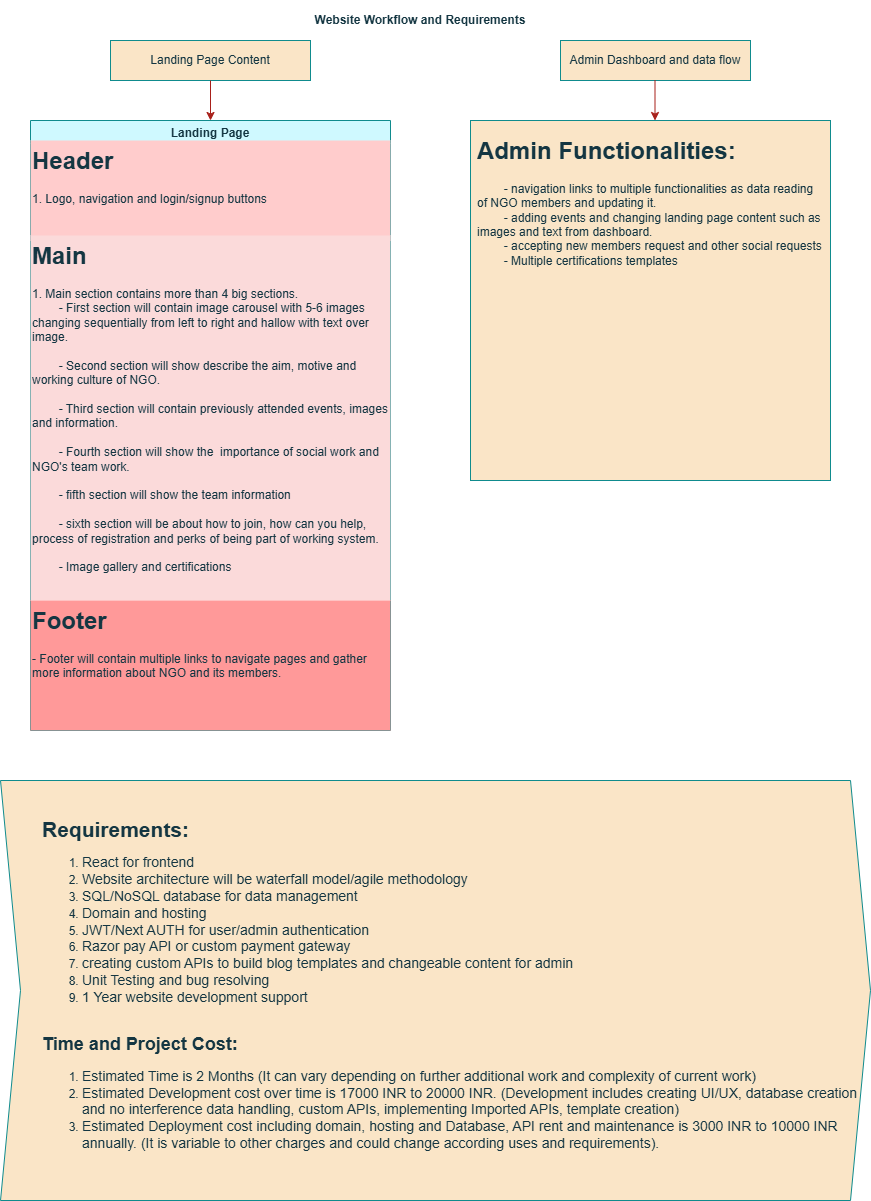
The draw.io diagram JavaScript/ngo-flowchart.drawio.png in PratikChavan97/All-Projects, before a commit. Source tidied: cells renumbered, new cells last; positions are measured from the earlier drawing's top-left corner, leaving out a move shared by most shapes.
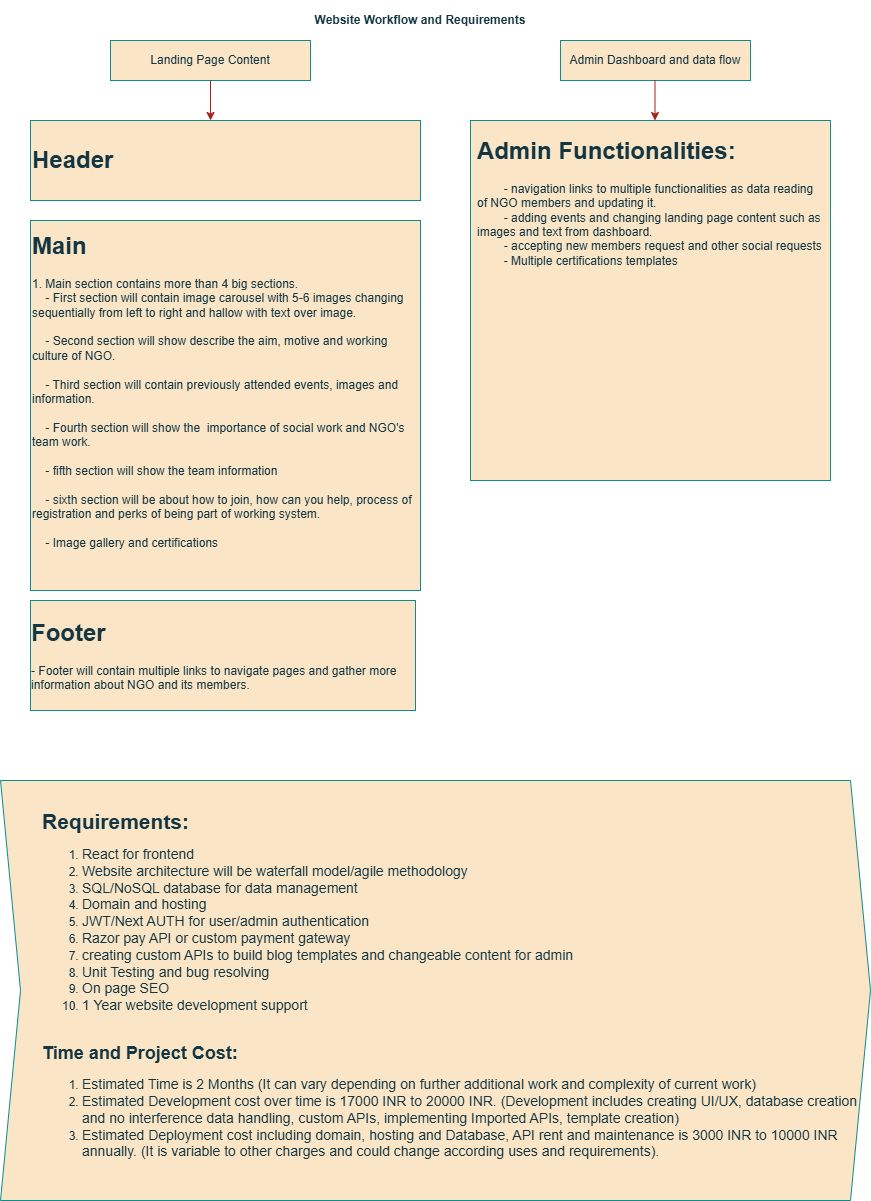
Above is the later version.

What changed in the source:
```diff
@@ -11,30 +11,10 @@
     <mxCell id="4" value="Admin Dashboard and data flow" style="rounded=0;whiteSpace=wrap;html=1;labelBackgroundColor=none;fillColor=#FAE5C7;strokeColor=#0F8B8D;fontColor=#143642;" parent="1" vertex="1">
       <mxGeometry x="560" y="40" width="190" height="40" as="geometry" />
     </mxCell>
-    <mxCell id="5" value="Landing Page" style="swimlane;labelBackgroundColor=none;fillColor=#CFF9FF;strokeColor=#0F8B8D;fontColor=#143642;gradientColor=none;swimlaneFillColor=none;fillStyle=solid;" parent="1" vertex="1">
-      <mxGeometry x="30" y="120" width="360" height="610" as="geometry" />
-    </mxCell>
-    <mxCell id="6" style="shape=waypoint;sketch=0;size=6;fillColor=none;perimeter=centerPerimeter;labelBackgroundColor=none;strokeColor=#0F8B8D;fontColor=#143642;" parent="5" vertex="1">
-      <mxGeometry x="10" y="50" width="20" height="20" as="geometry" />
-    </mxCell>
-    <mxCell id="7" value="&lt;h1 style=&quot;margin-top: 0px;&quot;&gt;Header&lt;/h1&gt;&lt;div&gt;1. Logo, navigation and login/signup buttons&lt;/div&gt;" style="text;html=1;whiteSpace=wrap;overflow=hidden;rounded=0;labelBackgroundColor=none;fontColor=#143642;fillColor=light-dark(#FFCCCC,#EDEDED);" parent="5" vertex="1">
-      <mxGeometry y="20" width="360" height="100" as="geometry" />
-    </mxCell>
-    <mxCell id="8" style="shape=waypoint;sketch=0;size=6;fillColor=none;perimeter=centerPerimeter;labelBackgroundColor=none;strokeColor=#0F8B8D;fontColor=#143642;" parent="5" vertex="1">
-      <mxGeometry x="10" y="130" width="20" height="20" as="geometry" />
-    </mxCell>
-    <mxCell id="9" value="&lt;h1 style=&quot;margin-top: 0px;&quot;&gt;Main&lt;/h1&gt;&lt;div&gt;1. Main section contains more than 4 big sections.&lt;/div&gt;&lt;div&gt;&lt;span style=&quot;white-space: pre;&quot;&gt;&#9;&lt;/span&gt;- First section will contain image carousel with 5-6 images changing sequentially from left to right and hallow with text over image.&lt;br&gt;&lt;/div&gt;&lt;div&gt;&lt;br&gt;&lt;/div&gt;&lt;div&gt;&lt;span style=&quot;white-space: pre;&quot;&gt;&#9;&lt;/span&gt;- Second section will show describe the aim, motive and working culture of NGO.&lt;br&gt;&lt;/div&gt;&lt;div&gt;&lt;br&gt;&lt;/div&gt;&lt;div&gt;&lt;span style=&quot;white-space: pre;&quot;&gt;&#9;&lt;/span&gt;- Third section will contain previously attended events, images and information.&lt;br&gt;&lt;/div&gt;&lt;div&gt;&lt;br&gt;&lt;/div&gt;&lt;div&gt;&lt;span style=&quot;white-space: pre;&quot;&gt;&#9;&lt;/span&gt;- Fourth section will show the&amp;nbsp; importance of social work and NGO's team work.&lt;br&gt;&lt;/div&gt;&lt;div&gt;&lt;br&gt;&lt;/div&gt;&lt;div&gt;&lt;span style=&quot;white-space: pre;&quot;&gt;&#9;&lt;/span&gt;- fifth section will show the team information&lt;br&gt;&lt;/div&gt;&lt;div&gt;&lt;br&gt;&lt;/div&gt;&lt;div&gt;&lt;span style=&quot;white-space: pre;&quot;&gt;&#9;&lt;/span&gt;- sixth section will be about how to join, how can you help, process of registration and perks of being part of working system.&lt;br&gt;&lt;/div&gt;&lt;div&gt;&lt;br&gt;&lt;/div&gt;&lt;div&gt;&lt;span style=&quot;white-space: pre;&quot;&gt;&#9;&lt;/span&gt;- Image gallery and certifications&lt;br&gt;&lt;/div&gt;&lt;div&gt;&lt;br&gt;&lt;/div&gt;" style="text;html=1;whiteSpace=wrap;overflow=hidden;rounded=0;labelBackgroundColor=none;fontColor=#143642;fillColor=light-dark(#fbdada, #ededed);" parent="5" vertex="1">
-      <mxGeometry y="115" width="360" height="365" as="geometry" />
-    </mxCell>
-    <mxCell id="10" style="shape=waypoint;sketch=0;size=6;fillColor=none;perimeter=centerPerimeter;labelBackgroundColor=none;strokeColor=#0F8B8D;fontColor=#143642;" parent="5" vertex="1">
-      <mxGeometry x="10" y="530" width="20" height="20" as="geometry" />
-    </mxCell>
-    <mxCell id="11" value="&lt;h1 style=&quot;margin-top: 0px;&quot;&gt;Footer&lt;/h1&gt;&lt;div&gt;- Footer will contain multiple links to navigate pages and gather more information about NGO and its members.&lt;/div&gt;" style="text;html=1;whiteSpace=wrap;overflow=hidden;rounded=0;labelBackgroundColor=none;fontColor=#143642;fillColor=#FF9999;" parent="5" vertex="1">
-      <mxGeometry y="480" width="360" height="130" as="geometry" />
-    </mxCell>
-    <mxCell id="12" style="endArrow=classic;html=1;rounded=0;entryX=0.5;entryY=0;entryDx=0;entryDy=0;labelBackgroundColor=none;strokeColor=#A8201A;fontColor=default;" parent="1" edge="1" target="5">
+    <mxCell id="12" style="endArrow=classic;html=1;rounded=0;entryX=0.5;entryY=0;entryDx=0;entryDy=0;labelBackgroundColor=none;strokeColor=#A8201A;fontColor=default;" parent="1" edge="1">
       <mxGeometry relative="1" as="geometry">
         <mxPoint x="210" y="80" as="sourcePoint" />
+        <mxPoint x="210" y="120" as="targetPoint" />
       </mxGeometry>
     </mxCell>
     <mxCell id="13" style="endArrow=classic;html=1;rounded=0;entryX=0.5;entryY=0;entryDx=0;entryDy=0;labelBackgroundColor=none;strokeColor=#A8201A;fontColor=default;" parent="1" edge="1">
@@ -47,10 +27,19 @@
       <mxGeometry x="470" y="120" width="360" height="360" as="geometry" />
     </mxCell>
     <mxCell id="15" value="&lt;h1 style=&quot;margin-top: 0px;&quot;&gt;Admin Functionalities:&lt;/h1&gt;&lt;div&gt;&lt;span style=&quot;white-space: pre;&quot;&gt;&#9;&lt;/span&gt;- navigation links to multiple functionalities as data reading of NGO members and updating it.&lt;br&gt;&lt;/div&gt;&lt;div&gt;&lt;span style=&quot;white-space: pre;&quot;&gt;&#9;&lt;/span&gt;- adding events and changing landing page content such as images and text from dashboard.&lt;br&gt;&lt;/div&gt;&lt;div&gt;&lt;span style=&quot;white-space: pre;&quot;&gt;&#9;&lt;/span&gt;- accepting new members request and other social requests&lt;br&gt;&lt;/div&gt;&lt;div&gt;&lt;span style=&quot;white-space: pre;&quot;&gt;&#9;&lt;/span&gt;- Multiple certifications templates&amp;nbsp;&lt;br&gt;&lt;/div&gt;" style="text;html=1;whiteSpace=wrap;overflow=hidden;rounded=0;labelBackgroundColor=none;fontColor=#143642;" parent="1" vertex="1">
-      <mxGeometry x="475" y="130" width="350" height="200" as="geometry" />
+      <mxGeometry x="475" y="130" width="350" height="150" as="geometry" />
     </mxCell>
-    <mxCell id="16" value="&lt;blockquote style=&quot;margin: 0 0 0 40px; border: none; padding: 0px;&quot;&gt;&lt;b&gt;&lt;font style=&quot;font-size: 21px;&quot;&gt;Requirements:&lt;/font&gt;&lt;/b&gt;&lt;/blockquote&gt;&lt;blockquote style=&quot;margin: 0 0 0 40px; border: none; padding: 0px;&quot;&gt;&lt;ol&gt;&lt;li&gt;&lt;font style=&quot;font-size: 14px;&quot;&gt;React for frontend&lt;/font&gt;&lt;/li&gt;&lt;li&gt;&lt;font style=&quot;font-size: 14px;&quot;&gt;Website architecture will be waterfall model/agile methodology&lt;/font&gt;&lt;/li&gt;&lt;li&gt;&lt;font style=&quot;font-size: 14px;&quot;&gt;SQL/NoSQL database for data management&lt;/font&gt;&lt;/li&gt;&lt;li&gt;&lt;span style=&quot;font-size: 14px;&quot;&gt;Domain and hosting&lt;/span&gt;&lt;/li&gt;&lt;li&gt;&lt;span style=&quot;font-size: 14px;&quot;&gt;JWT/Next AUTH for user/admin authentication&lt;/span&gt;&lt;/li&gt;&lt;li&gt;&lt;span style=&quot;font-size: 14px;&quot;&gt;Razor pay API or custom payment gateway&lt;/span&gt;&lt;/li&gt;&lt;li&gt;&lt;span style=&quot;font-size: 14px;&quot;&gt;creating custom APIs to build blog templates and changeable content for admin&lt;/span&gt;&lt;/li&gt;&lt;li&gt;&lt;span style=&quot;font-size: 14px;&quot;&gt;Unit Testing and bug resolving&lt;/span&gt;&lt;/li&gt;&lt;li&gt;&lt;span style=&quot;font-size: 14px;&quot;&gt;1 Year website development support&amp;nbsp;&lt;/span&gt;&lt;/li&gt;&lt;/ol&gt;&lt;div&gt;&lt;span style=&quot;font-size: 14px;&quot;&gt;&lt;br&gt;&lt;/span&gt;&lt;/div&gt;&lt;div&gt;&lt;b style=&quot;&quot;&gt;&lt;font style=&quot;font-size: 18px;&quot;&gt;Time and Project Cost:&lt;/font&gt;&lt;/b&gt;&lt;/div&gt;&lt;div&gt;&lt;ol&gt;&lt;li&gt;&lt;font style=&quot;font-size: 14px;&quot;&gt;Estimated Time is 2 Months (It can vary depending on further additional work and complexity of current work)&lt;/font&gt;&lt;/li&gt;&lt;li&gt;&lt;font style=&quot;font-size: 14px;&quot;&gt;Estimated Development cost over time is 17000 INR to 20000 INR. (Development includes creating UI/UX, database creation and no interference data handling, custom APIs, implementing Imported APIs, template creation)&lt;/font&gt;&lt;/li&gt;&lt;li&gt;&lt;font style=&quot;font-size: 14px;&quot;&gt;Estimated Deployment cost including domain, hosting and Database, API rent and maintenance is 3000 INR to 10000 INR annually. (It is variable to other charges and could change according uses and requirements).&lt;/font&gt;&lt;/li&gt;&lt;/ol&gt;&lt;/div&gt;&lt;/blockquote&gt;" style="shape=step;perimeter=stepPerimeter;whiteSpace=wrap;html=1;fixedSize=1;align=left;labelBackgroundColor=none;fillColor=#FAE5C7;strokeColor=#0F8B8D;fontColor=#143642;" parent="1" vertex="1">
+    <mxCell id="16" value="&lt;blockquote style=&quot;margin: 0 0 0 40px; border: none; padding: 0px;&quot;&gt;&lt;b&gt;&lt;font style=&quot;font-size: 21px;&quot;&gt;Requirements:&lt;/font&gt;&lt;/b&gt;&lt;/blockquote&gt;&lt;blockquote style=&quot;margin: 0 0 0 40px; border: none; padding: 0px;&quot;&gt;&lt;ol&gt;&lt;li&gt;&lt;font style=&quot;font-size: 14px;&quot;&gt;React for frontend&lt;/font&gt;&lt;/li&gt;&lt;li&gt;&lt;font style=&quot;font-size: 14px;&quot;&gt;Website architecture will be waterfall model/agile methodology&lt;/font&gt;&lt;/li&gt;&lt;li&gt;&lt;font style=&quot;font-size: 14px;&quot;&gt;SQL/NoSQL database for data management&lt;/font&gt;&lt;/li&gt;&lt;li&gt;&lt;span style=&quot;font-size: 14px;&quot;&gt;Domain and hosting&lt;/span&gt;&lt;/li&gt;&lt;li&gt;&lt;span style=&quot;font-size: 14px;&quot;&gt;JWT/Next AUTH for user/admin authentication&lt;/span&gt;&lt;/li&gt;&lt;li&gt;&lt;span style=&quot;font-size: 14px;&quot;&gt;Razor pay API or custom payment gateway&lt;/span&gt;&lt;/li&gt;&lt;li&gt;&lt;span style=&quot;font-size: 14px;&quot;&gt;creating custom APIs to build blog templates and changeable content for admin&lt;/span&gt;&lt;/li&gt;&lt;li&gt;&lt;span style=&quot;font-size: 14px;&quot;&gt;Unit Testing and bug resolving&lt;/span&gt;&lt;/li&gt;&lt;li&gt;&lt;span style=&quot;font-size: 14px;&quot;&gt;On page SEO&amp;nbsp;&lt;/span&gt;&lt;/li&gt;&lt;li&gt;&lt;span style=&quot;font-size: 14px;&quot;&gt;1 Year website development support&amp;nbsp;&lt;/span&gt;&lt;/li&gt;&lt;/ol&gt;&lt;div&gt;&lt;span style=&quot;font-size: 14px;&quot;&gt;&lt;br&gt;&lt;/span&gt;&lt;/div&gt;&lt;div&gt;&lt;b style=&quot;&quot;&gt;&lt;font style=&quot;font-size: 18px;&quot;&gt;Time and Project Cost:&lt;/font&gt;&lt;/b&gt;&lt;/div&gt;&lt;div&gt;&lt;ol&gt;&lt;li&gt;&lt;font style=&quot;font-size: 14px;&quot;&gt;Estimated Time is 2 Months (It can vary depending on further additional work and complexity of current work)&lt;/font&gt;&lt;/li&gt;&lt;li&gt;&lt;font style=&quot;font-size: 14px;&quot;&gt;Estimated Development cost over time is 17000 INR to 20000 INR. (Development includes creating UI/UX, database creation and no interference data handling, custom APIs, implementing Imported APIs, template creation)&lt;/font&gt;&lt;/li&gt;&lt;li&gt;&lt;font style=&quot;font-size: 14px;&quot;&gt;Estimated Deployment cost including domain, hosting and Database, API rent and maintenance is 3000 INR to 10000 INR annually. (It is variable to other charges and could change according uses and requirements).&lt;/font&gt;&lt;/li&gt;&lt;/ol&gt;&lt;/div&gt;&lt;/blockquote&gt;" style="shape=step;perimeter=stepPerimeter;whiteSpace=wrap;html=1;fixedSize=1;align=left;labelBackgroundColor=none;fillColor=#FAE5C7;strokeColor=#0F8B8D;fontColor=#143642;" parent="1" vertex="1">
       <mxGeometry y="780" width="870" height="420" as="geometry" />
     </mxCell>
+    <mxCell id="11" value="&lt;h1 style=&quot;text-align: left; margin-top: 0px;&quot;&gt;Footer&lt;/h1&gt;&lt;div style=&quot;text-align: left;&quot;&gt;- Footer will contain multiple links to navigate pages and gather more information about NGO and its members.&lt;/div&gt;" style="rounded=0;whiteSpace=wrap;html=1;strokeColor=#0F8B8D;fontColor=#143642;fillColor=#FAE5C7;" parent="1" vertex="1">
+      <mxGeometry x="30" y="600" width="385" height="110" as="geometry" />
+    </mxCell>
+    <mxCell id="9" value="&lt;br&gt;&lt;h1 style=&quot;forced-color-adjust: none; margin-top: 0px;&quot;&gt;Main&lt;/h1&gt;&lt;div style=&quot;forced-color-adjust: none;&quot;&gt;1. Main section contains more than 4 big sections.&lt;/div&gt;&lt;div style=&quot;forced-color-adjust: none;&quot;&gt;&lt;span style=&quot;forced-color-adjust: none; white-space: pre;&quot;&gt;&lt;span style=&quot;white-space: pre;&quot;&gt;&amp;nbsp;&amp;nbsp;&amp;nbsp;&amp;nbsp;&lt;/span&gt;&lt;/span&gt;- First section will contain image carousel with 5-6 images changing sequentially from left to right and hallow with text over image.&lt;br style=&quot;forced-color-adjust: none;&quot;&gt;&lt;/div&gt;&lt;div style=&quot;forced-color-adjust: none;&quot;&gt;&lt;br style=&quot;forced-color-adjust: none;&quot;&gt;&lt;/div&gt;&lt;div style=&quot;forced-color-adjust: none;&quot;&gt;&lt;span style=&quot;forced-color-adjust: none; white-space: pre;&quot;&gt;&lt;span style=&quot;white-space: pre;&quot;&gt;&amp;nbsp;&amp;nbsp;&amp;nbsp;&amp;nbsp;&lt;/span&gt;&lt;/span&gt;- Second section will show describe the aim, motive and working culture of NGO.&lt;br style=&quot;forced-color-adjust: none;&quot;&gt;&lt;/div&gt;&lt;div style=&quot;forced-color-adjust: none;&quot;&gt;&lt;br style=&quot;forced-color-adjust: none;&quot;&gt;&lt;/div&gt;&lt;div style=&quot;forced-color-adjust: none;&quot;&gt;&lt;span style=&quot;forced-color-adjust: none; white-space: pre;&quot;&gt;&lt;span style=&quot;white-space: pre;&quot;&gt;&amp;nbsp;&amp;nbsp;&amp;nbsp;&amp;nbsp;&lt;/span&gt;&lt;/span&gt;- Third section will contain previously attended events, images and information.&lt;br style=&quot;forced-color-adjust: none;&quot;&gt;&lt;/div&gt;&lt;div style=&quot;forced-color-adjust: none;&quot;&gt;&lt;br style=&quot;forced-color-adjust: none;&quot;&gt;&lt;/div&gt;&lt;div style=&quot;forced-color-adjust: none;&quot;&gt;&lt;span style=&quot;forced-color-adjust: none; white-space: pre;&quot;&gt;&lt;span style=&quot;white-space: pre;&quot;&gt;&amp;nbsp;&amp;nbsp;&amp;nbsp;&amp;nbsp;&lt;/span&gt;&lt;/span&gt;- Fourth section will show the&amp;nbsp; importance of social work and NGO's team work.&lt;br style=&quot;forced-color-adjust: none;&quot;&gt;&lt;/div&gt;&lt;div style=&quot;forced-color-adjust: none;&quot;&gt;&lt;br style=&quot;forced-color-adjust: none;&quot;&gt;&lt;/div&gt;&lt;div style=&quot;forced-color-adjust: none;&quot;&gt;&lt;span style=&quot;forced-color-adjust: none; white-space: pre;&quot;&gt;&lt;span style=&quot;white-space: pre;&quot;&gt;&amp;nbsp;&amp;nbsp;&amp;nbsp;&amp;nbsp;&lt;/span&gt;&lt;/span&gt;- fifth section will show the team information&lt;br style=&quot;forced-color-adjust: none;&quot;&gt;&lt;/div&gt;&lt;div style=&quot;forced-color-adjust: none;&quot;&gt;&lt;br style=&quot;forced-color-adjust: none;&quot;&gt;&lt;/div&gt;&lt;div style=&quot;forced-color-adjust: none;&quot;&gt;&lt;span style=&quot;forced-color-adjust: none; white-space: pre;&quot;&gt;&lt;span style=&quot;white-space: pre;&quot;&gt;&amp;nbsp;&amp;nbsp;&amp;nbsp;&amp;nbsp;&lt;/span&gt;&lt;/span&gt;- sixth section will be about how to join, how can you help, process of registration and perks of being part of working system.&lt;br style=&quot;forced-color-adjust: none;&quot;&gt;&lt;/div&gt;&lt;div style=&quot;forced-color-adjust: none;&quot;&gt;&lt;br style=&quot;forced-color-adjust: none;&quot;&gt;&lt;/div&gt;&lt;div style=&quot;forced-color-adjust: none;&quot;&gt;&lt;span style=&quot;forced-color-adjust: none; white-space: pre;&quot;&gt;&lt;span style=&quot;white-space: pre;&quot;&gt;&amp;nbsp;&amp;nbsp;&amp;nbsp;&amp;nbsp;&lt;/span&gt;&lt;/span&gt;- Image gallery and certifications&lt;br style=&quot;forced-color-adjust: none;&quot;&gt;&lt;/div&gt;&lt;div style=&quot;forced-color-adjust: none;&quot;&gt;&lt;br style=&quot;forced-color-adjust: none; color: rgb(20, 54, 66); font-family: Helvetica; font-size: 12px; font-style: normal; font-variant-ligatures: normal; font-variant-caps: normal; font-weight: 400; letter-spacing: normal; orphans: 2; text-indent: 0px; text-transform: none; widows: 2; word-spacing: 0px; -webkit-text-stroke-width: 0px; white-space: normal; background-color: rgb(251, 251, 251); text-decoration-thickness: initial; text-decoration-style: initial; text-decoration-color: initial;&quot;&gt;&lt;br&gt;&lt;br&gt;&lt;/div&gt;" style="rounded=0;whiteSpace=wrap;html=1;strokeColor=#0F8B8D;fontColor=#143642;fillColor=#FAE5C7;align=left;" parent="1" vertex="1">
+      <mxGeometry x="30" y="220" width="390" height="370" as="geometry" />
+    </mxCell>
+    <mxCell id="17" value="&lt;div style=&quot;&quot;&gt;&lt;b&gt;&lt;font style=&quot;font-size: 24px;&quot;&gt;Header&lt;/font&gt;&lt;/b&gt;&lt;/div&gt;" style="rounded=0;whiteSpace=wrap;html=1;strokeColor=#0F8B8D;fontColor=#143642;fillColor=#FAE5C7;align=left;" parent="1" vertex="1">
+      <mxGeometry x="30" y="120" width="390" height="80" as="geometry" />
+    </mxCell>
   </root>
 </mxGraphModel>
```
